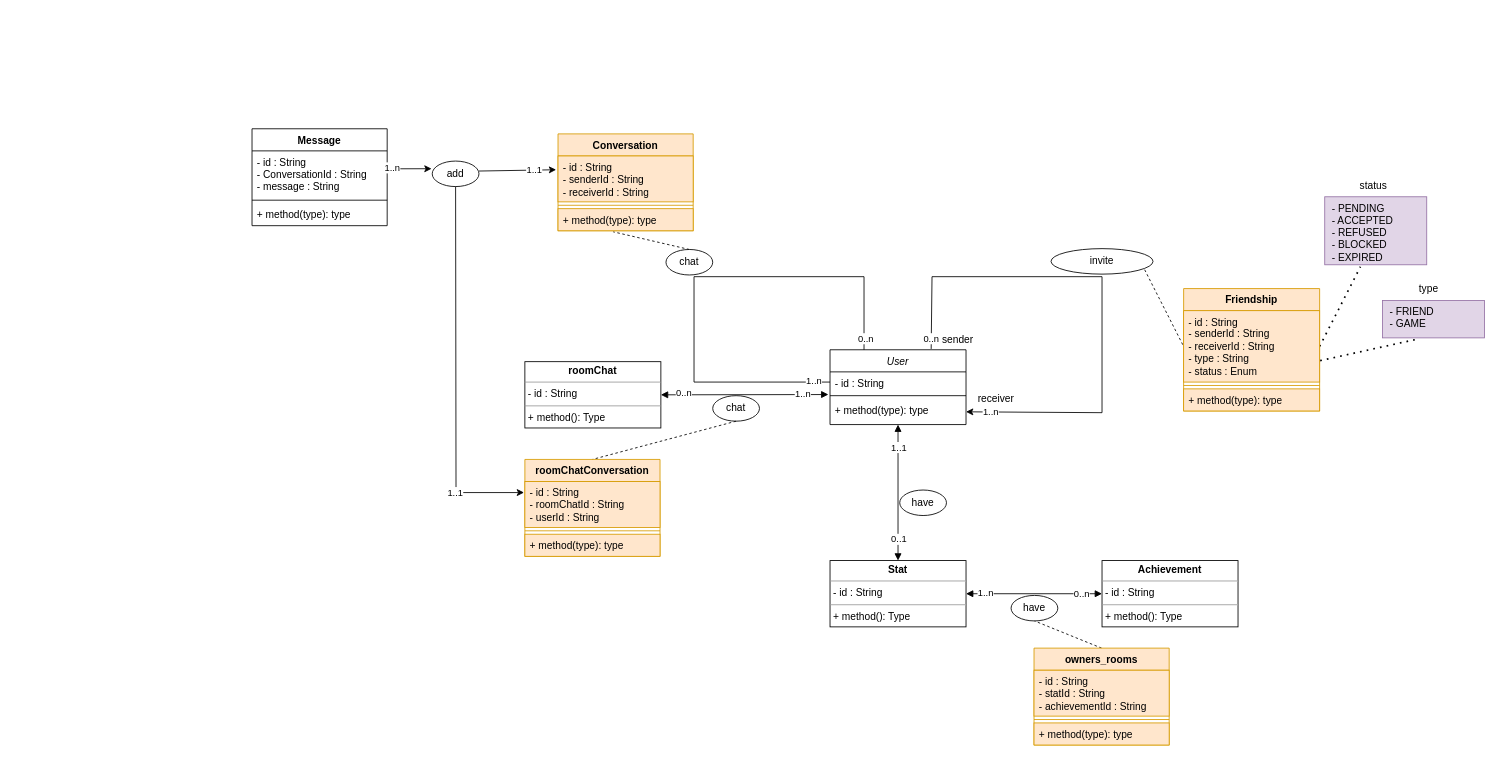
Before: class_diagram.drawio in FRAGG33R/whiff-waff, a draw.io diagram. Source tidied: cells renumbered, new cells numbered last; positions are measured from the earlier drawing's top-left corner, leaving out a move shared by most shapes. Both pictures are drawn from the tidied source at 85%, with x=0, y=0 at pixel (252, 128).
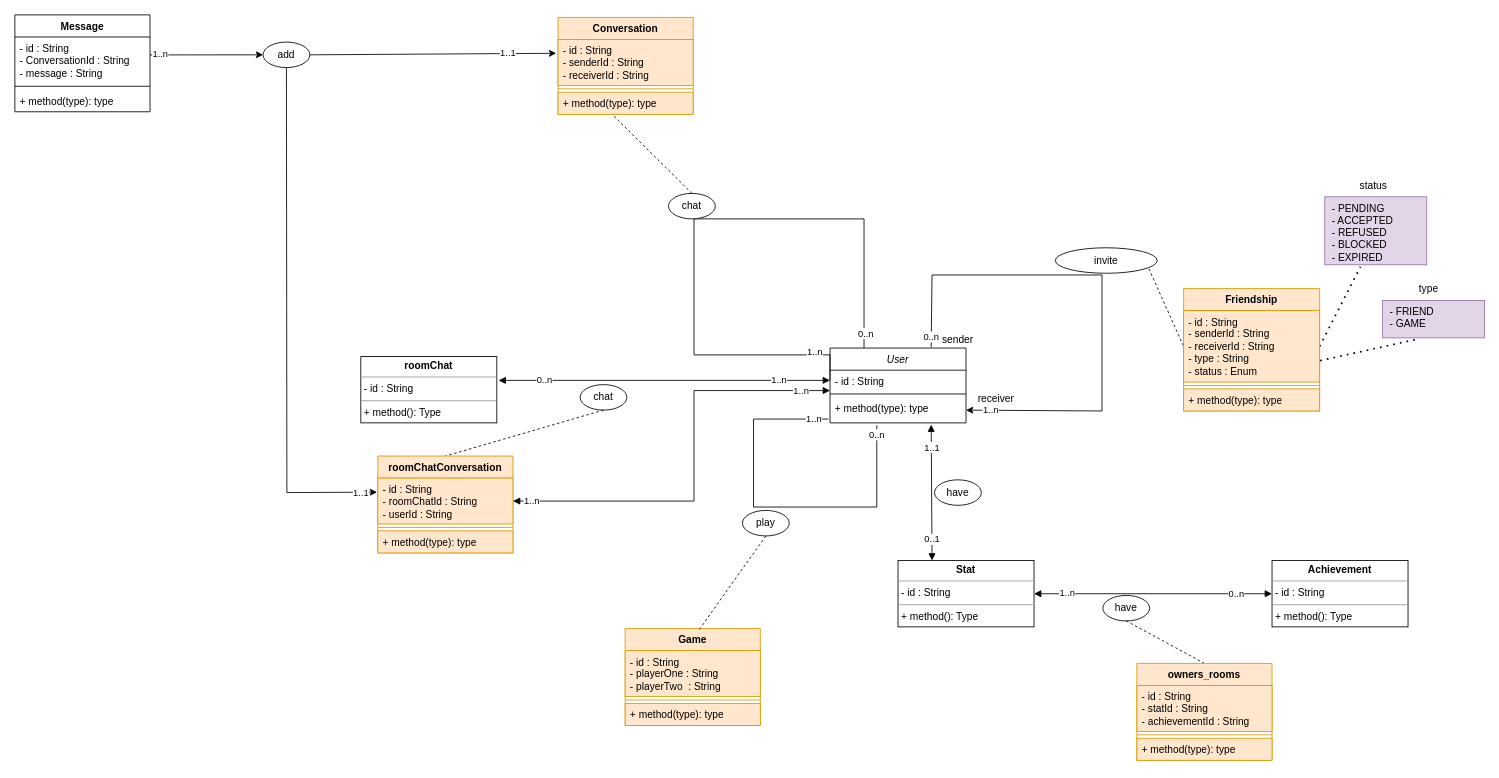
The same page after the edit.

Commit message:
adding the game entity

adding the game relation each user can play multiple game and each game
may have multiple users

The change refers to these unchanged cells:
```xml
<mxCell id="3" value="- id : String" style="text;align=left;verticalAlign=top;spacingLeft=4;spacingRight=4;overflow=hidden;points=[[0,0.5],[1,0.5]];portConstraint=eastwest;" parent="2" vertex="1">
  <mxGeometry y="26" width="160" height="24" as="geometry" />
</mxCell>
<mxCell id="8" value="+ method(type): type" style="text;strokeColor=none;fillColor=none;align=left;verticalAlign=top;spacingLeft=4;spacingRight=4;overflow=hidden;points=[[0,0.5],[1,0.5]];portConstraint=eastwest;whiteSpace=wrap;html=1;" parent="2" vertex="1">
  <mxGeometry y="58" width="160" height="30" as="geometry" />
</mxCell>
<mxCell id="24" value="- id : String&lt;br&gt;- ConversationId : String&lt;br&gt;- message : String&lt;br&gt;" style="text;strokeColor=none;fillColor=none;align=left;verticalAlign=top;spacingLeft=4;spacingRight=4;overflow=hidden;points=[[0,0.5],[1,0.5]];portConstraint=eastwest;whiteSpace=wrap;html=1;" parent="23" vertex="1">
  <mxGeometry y="26" width="159" height="54" as="geometry" />
</mxCell>
<mxCell id="29" value="- id : String&lt;br&gt;- senderId : String&lt;br&gt;- receiverId : String" style="text;strokeColor=#d79b00;fillColor=#ffe6cc;align=left;verticalAlign=top;spacingLeft=4;spacingRight=4;overflow=hidden;points=[[0,0.5],[1,0.5]];portConstraint=eastwest;whiteSpace=wrap;html=1;" parent="28" vertex="1">
  <mxGeometry y="26" width="159" height="54" as="geometry" />
</mxCell>
<mxCell id="60" value="- id : String&lt;br&gt;- roomChatId : String&lt;br&gt;- userId : String" style="text;strokeColor=#d79b00;fillColor=#ffe6cc;align=left;verticalAlign=top;spacingLeft=4;spacingRight=4;overflow=hidden;points=[[0,0.5],[1,0.5]];portConstraint=eastwest;whiteSpace=wrap;html=1;" parent="59" vertex="1">
  <mxGeometry y="26" width="159" height="54" as="geometry" />
</mxCell>
```

Diff of the diagram source:
```diff
@@
     <mxCell id="2" value="User" style="swimlane;fontStyle=2;align=center;verticalAlign=top;horizontal=1;startSize=26;rounded=0;shadow=0;strokeWidth=1;" parent="1" vertex="1">
-      <mxGeometry x="680" y="260" width="160" height="88" as="geometry" />
+      <mxGeometry x="680" y="258" width="160" height="88" as="geometry" />
     </mxCell>
@@
     <mxCell id="9" style="endArrow=none;html=1;edgeStyle=orthogonalEdgeStyle;rounded=0;entryX=0.25;entryY=0;entryDx=0;entryDy=0;exitX=0;exitY=0.5;exitDx=0;exitDy=0;" parent="2" edge="1" source="3" target="2">
       <mxGeometry relative="1" as="geometry">
         <Array as="points">
-          <mxPoint x="-160" y="38" />
-          <mxPoint x="-160" y="-86" />
-          <mxPoint x="40" y="-86" />
+          <mxPoint y="8" />
+          <mxPoint x="-160" y="8" />
+          <mxPoint x="-160" y="-152" />
+          <mxPoint x="40" y="-152" />
         </Array>
       </mxGeometry>
     </mxCell>
@@
     <mxCell id="11" value="1..n" style="edgeLabel;html=1;align=center;verticalAlign=middle;" parent="9" vertex="1">
-      <mxGeometry x="-0.93" y="-2" relative="1" as="geometry" />
+      <mxGeometry x="-0.93" y="-2" relative="1" as="geometry">
+        <mxPoint x="-21" y="-9" as="offset" />
+      </mxGeometry>
     </mxCell>
+    <mxCell id="68" style="endArrow=none;html=1;edgeStyle=orthogonalEdgeStyle;rounded=0;exitX=0.344;exitY=1.1;exitDx=0;exitDy=0;exitPerimeter=0;entryX=-0.012;entryY=0.85;entryDx=0;entryDy=0;entryPerimeter=0;" parent="2" edge="1" source="8" target="8">
+      <mxGeometry relative="1" as="geometry">
+        <Array as="points">
+          <mxPoint x="55" y="187" />
+          <mxPoint x="-90" y="187" />
+          <mxPoint x="-90" y="84" />
+        </Array>
+      </mxGeometry>
+    </mxCell>
+    <mxCell id="69" value="1..n" style="edgeLabel;html=1;align=center;verticalAlign=middle;" parent="68" vertex="1">
+      <mxGeometry x="0.92" y="2" relative="1" as="geometry">
+        <mxPoint y="1" as="offset" />
+      </mxGeometry>
+    </mxCell>
+    <mxCell id="70" value="0..n" style="edgeLabel;html=1;align=center;verticalAlign=middle;" parent="68" vertex="1">
+      <mxGeometry x="-0.95" y="-1" relative="1" as="geometry" />
+    </mxCell>
@@
     <mxCell id="13" value="invite" style="ellipse;whiteSpace=wrap;html=1;" parent="1" vertex="1">
-      <mxGeometry x="940" y="141" width="120" height="30" as="geometry" />
+      <mxGeometry x="945" y="140" width="120" height="30" as="geometry" />
     </mxCell>
@@
     <mxCell id="23" value="Message" style="swimlane;fontStyle=1;align=center;verticalAlign=top;horizontal=1;startSize=26;whiteSpace=wrap;html=1;" parent="1" vertex="1">
-      <mxGeometry width="159" height="114" as="geometry" />
+      <mxGeometry x="-279" y="-134" width="159" height="114" as="geometry" />
     </mxCell>
@@
     <mxCell id="28" value="Conversation" style="swimlane;fontStyle=1;align=center;verticalAlign=top;horizontal=1;startSize=26;whiteSpace=wrap;html=1;fillColor=#ffe6cc;strokeColor=#d79b00;" parent="1" vertex="1">
-      <mxGeometry x="360" y="6" width="159" height="114" as="geometry" />
+      <mxGeometry x="360" y="-131" width="159" height="114" as="geometry" />
     </mxCell>
@@
-    <mxCell id="32" style="endArrow=classic;html=1;rounded=0;exitX=1;exitY=0.391;exitDx=0;exitDy=0;exitPerimeter=0;entryX=-0.014;entryY=0.3;entryDx=0;entryDy=0;entryPerimeter=0;" parent="1" edge="1" source="65" target="29">
+    <mxCell id="32" style="endArrow=classic;html=1;rounded=0;entryX=-0.014;entryY=0.3;entryDx=0;entryDy=0;entryPerimeter=0;exitX=1;exitY=0.5;exitDx=0;exitDy=0;" parent="1" edge="1" source="65" target="29">
       <mxGeometry relative="1" as="geometry" />
     </mxCell>
@@
     <mxCell id="34" value="&lt;p style=&quot;margin:0px;margin-top:4px;text-align:center;&quot;&gt;&lt;b&gt;Stat&lt;/b&gt;&lt;/p&gt;&lt;hr size=&quot;1&quot;&gt;&lt;p style=&quot;margin:0px;margin-left:4px;&quot;&gt;- id : String&lt;/p&gt;&lt;hr size=&quot;1&quot;&gt;&lt;p style=&quot;margin:0px;margin-left:4px;&quot;&gt;+ method(): Type&lt;/p&gt;" style="verticalAlign=top;align=left;overflow=fill;fontSize=12;fontFamily=Helvetica;html=1;whiteSpace=wrap;" parent="1" vertex="1">
-      <mxGeometry x="680" y="508" width="160" height="78" as="geometry" />
+      <mxGeometry x="760" y="508" width="160" height="78" as="geometry" />
     </mxCell>
-    <mxCell id="35" style="endArrow=block;startArrow=block;endFill=1;startFill=1;html=1;rounded=0;entryX=0.5;entryY=1;entryDx=0;entryDy=0;exitX=0.5;exitY=0;exitDx=0;exitDy=0;" parent="1" edge="1" source="34" target="2">
+    <mxCell id="35" style="endArrow=block;startArrow=block;endFill=1;startFill=1;html=1;rounded=0;entryX=0.744;entryY=1.067;entryDx=0;entryDy=0;exitX=0.25;exitY=0;exitDx=0;exitDy=0;entryPerimeter=0;" parent="1" edge="1" source="34" target="8">
       <mxGeometry relative="1" as="geometry" />
     </mxCell>
@@
     <mxCell id="38" value="have" style="ellipse;whiteSpace=wrap;html=1;" parent="1" vertex="1">
-      <mxGeometry x="762" y="425" width="55" height="30" as="geometry" />
+      <mxGeometry x="803" y="413" width="55" height="30" as="geometry" />
     </mxCell>
     <mxCell id="39" value="&lt;p style=&quot;margin:0px;margin-top:4px;text-align:center;&quot;&gt;&lt;b&gt;Achievement&lt;/b&gt;&lt;/p&gt;&lt;hr size=&quot;1&quot;&gt;&lt;p style=&quot;margin:0px;margin-left:4px;&quot;&gt;- id : String&lt;/p&gt;&lt;hr size=&quot;1&quot;&gt;&lt;p style=&quot;margin:0px;margin-left:4px;&quot;&gt;+ method(): Type&lt;/p&gt;" style="verticalAlign=top;align=left;overflow=fill;fontSize=12;fontFamily=Helvetica;html=1;whiteSpace=wrap;" parent="1" vertex="1">
-      <mxGeometry x="1000" y="508" width="160" height="78" as="geometry" />
+      <mxGeometry x="1200" y="508" width="160" height="78" as="geometry" />
     </mxCell>
@@
     <mxCell id="43" value="have" style="ellipse;whiteSpace=wrap;html=1;" parent="1" vertex="1">
-      <mxGeometry x="893" y="549" width="55" height="30" as="geometry" />
+      <mxGeometry x="1001" y="549" width="55" height="30" as="geometry" />
     </mxCell>
@@
     <mxCell id="45" value="owners_rooms" style="swimlane;fontStyle=1;align=center;verticalAlign=top;horizontal=1;startSize=26;whiteSpace=wrap;html=1;fillColor=#ffe6cc;strokeColor=#d79b00;" parent="1" vertex="1">
-      <mxGeometry x="920" y="611" width="159" height="114" as="geometry" />
+      <mxGeometry x="1041" y="629" width="159" height="114" as="geometry" />
     </mxCell>
@@
     <mxCell id="52" value="&lt;p style=&quot;margin:0px;margin-top:4px;text-align:center;&quot;&gt;&lt;b&gt;roomChat&lt;/b&gt;&lt;/p&gt;&lt;hr size=&quot;1&quot;&gt;&lt;p style=&quot;margin:0px;margin-left:4px;&quot;&gt;- id : String&lt;/p&gt;&lt;hr size=&quot;1&quot;&gt;&lt;p style=&quot;margin:0px;margin-left:4px;&quot;&gt;+ method(): Type&lt;/p&gt;" style="verticalAlign=top;align=left;overflow=fill;fontSize=12;fontFamily=Helvetica;html=1;whiteSpace=wrap;" parent="1" vertex="1">
-      <mxGeometry x="321" y="274" width="160" height="78" as="geometry" />
+      <mxGeometry x="128" y="268" width="160" height="78" as="geometry" />
     </mxCell>
-    <mxCell id="53" style="endArrow=block;startArrow=block;endFill=1;startFill=1;html=1;rounded=0;entryX=-0.012;entryY=1.111;entryDx=0;entryDy=0;exitX=1;exitY=0.5;exitDx=0;exitDy=0;entryPerimeter=0;" parent="1" edge="1" source="52" target="3">
+    <mxCell id="53" style="endArrow=block;startArrow=block;endFill=1;startFill=1;html=1;rounded=0;exitX=1.013;exitY=0.359;exitDx=0;exitDy=0;exitPerimeter=0;" parent="1" edge="1" source="52" target="3">
       <mxGeometry relative="1" as="geometry" />
     </mxCell>
@@
     <mxCell id="56" value="chat" style="ellipse;whiteSpace=wrap;html=1;" parent="1" vertex="1">
-      <mxGeometry x="487" y="142" width="55" height="30" as="geometry" />
+      <mxGeometry x="490" y="76" width="55" height="30" as="geometry" />
     </mxCell>
     <mxCell id="57" value="chat" style="ellipse;whiteSpace=wrap;html=1;" parent="1" vertex="1">
-      <mxGeometry x="542" y="314" width="55" height="30" as="geometry" />
+      <mxGeometry x="386" y="301" width="55" height="30" as="geometry" />
     </mxCell>
@@
     <mxCell id="59" value="roomChatConversation" style="swimlane;fontStyle=1;align=center;verticalAlign=top;horizontal=1;startSize=26;whiteSpace=wrap;html=1;fillColor=#ffe6cc;strokeColor=#d79b00;" parent="1" vertex="1">
-      <mxGeometry x="321" y="389" width="159" height="114" as="geometry" />
+      <mxGeometry x="148" y="385" width="159" height="114" as="geometry" />
     </mxCell>
@@
-    <mxCell id="63" style="endArrow=classic;html=1;rounded=0;exitX=1;exitY=0.391;exitDx=0;exitDy=0;exitPerimeter=0;entryX=-0.014;entryY=0.3;entryDx=0;entryDy=0;entryPerimeter=0;" parent="1" edge="1" source="24" target="65">
+    <mxCell id="63" style="endArrow=classic;html=1;rounded=0;exitX=1;exitY=0.391;exitDx=0;exitDy=0;exitPerimeter=0;entryX=0;entryY=0.5;entryDx=0;entryDy=0;" parent="1" edge="1" source="24" target="65">
       <mxGeometry relative="1" as="geometry" />
     </mxCell>
@@
     <mxCell id="65" value="add" style="ellipse;whiteSpace=wrap;html=1;" parent="1" vertex="1">
-      <mxGeometry x="212" y="38" width="55" height="30" as="geometry" />
+      <mxGeometry x="13" y="-102" width="55" height="30" as="geometry" />
     </mxCell>
-    <mxCell id="66" style="endArrow=classic;html=1;rounded=0;exitX=0.5;exitY=1;exitDx=0;exitDy=0;" parent="1" edge="1" source="65">
+    <mxCell id="66" style="endArrow=classic;html=1;rounded=0;exitX=0.5;exitY=1;exitDx=0;exitDy=0;entryX=-0.006;entryY=0.306;entryDx=0;entryDy=0;entryPerimeter=0;" parent="1" edge="1" source="65" target="60">
       <mxGeometry relative="1" as="geometry">
-        <mxPoint x="320" y="428" as="targetPoint" />
         <Array as="points">
-          <mxPoint x="240" y="428" />
+          <mxPoint x="41" y="428" />
         </Array>
       </mxGeometry>
     </mxCell>
     <mxCell id="67" value="1..1" style="edgeLabel;html=1;align=center;verticalAlign=middle;" parent="66" vertex="1">
       <mxGeometry x="0.69" y="-1" relative="1" as="geometry">
-        <mxPoint x="-13" y="-2" as="offset" />
+        <mxPoint x="74" y="-1" as="offset" />
       </mxGeometry>
     </mxCell>
+    <mxCell id="71" value="play" style="ellipse;whiteSpace=wrap;html=1;" parent="1" vertex="1">
+      <mxGeometry x="577" y="449" width="55" height="30" as="geometry" />
+    </mxCell>
+    <mxCell id="72" value="Game" style="swimlane;fontStyle=1;align=center;verticalAlign=top;horizontal=1;startSize=26;whiteSpace=wrap;html=1;fillColor=#ffe6cc;strokeColor=#d79b00;" parent="1" vertex="1">
+      <mxGeometry x="439" y="588" width="159" height="114" as="geometry" />
+    </mxCell>
+    <mxCell id="73" value="- id : String&lt;br&gt;- playerOne : String&lt;br&gt;- playerTwo&amp;nbsp; : String" style="text;strokeColor=#d79b00;fillColor=#ffe6cc;align=left;verticalAlign=top;spacingLeft=4;spacingRight=4;overflow=hidden;whiteSpace=wrap;html=1;" parent="72" vertex="1">
+      <mxGeometry y="26" width="159" height="54" as="geometry" />
+    </mxCell>
+    <mxCell id="74" style="line;strokeWidth=1;fillColor=none;align=left;verticalAlign=middle;spacingTop=-1;spacingLeft=3;spacingRight=3;labelPosition=right;strokeColor=inherit;" parent="72" vertex="1">
+      <mxGeometry y="80" width="159" height="8" as="geometry" />
+    </mxCell>
+    <mxCell id="75" value="+ method(type): type" style="text;strokeColor=#d79b00;fillColor=#ffe6cc;align=left;verticalAlign=top;spacingLeft=4;spacingRight=4;overflow=hidden;whiteSpace=wrap;html=1;" parent="72" vertex="1">
+      <mxGeometry y="88" width="159" height="26" as="geometry" />
+    </mxCell>
+    <mxCell id="76" style="endArrow=none;dashed=1;html=1;rounded=0;exitX=0.5;exitY=1;exitDx=0;exitDy=0;entryX=0.547;entryY=0.013;entryDx=0;entryDy=0;entryPerimeter=0;" parent="1" edge="1" source="71" target="72">
+      <mxGeometry relative="1" as="geometry" />
+    </mxCell>
+    <mxCell id="77" style="endArrow=block;startArrow=block;endFill=1;startFill=1;html=1;rounded=0;" parent="1" edge="1" source="60">
+      <mxGeometry relative="1" as="geometry">
+        <mxPoint x="680" y="308" as="targetPoint" />
+        <Array as="points">
+          <mxPoint x="520" y="438" />
+          <mxPoint x="520" y="308" />
+        </Array>
+      </mxGeometry>
+    </mxCell>
+    <mxCell id="78" value="1..n" style="edgeLabel;html=1;align=center;verticalAlign=middle;" parent="77" vertex="1">
+      <mxGeometry x="0.69" relative="1" as="geometry">
+        <mxPoint x="43" y="-1" as="offset" />
+      </mxGeometry>
+    </mxCell>
+    <mxCell id="79" value="1..n" style="edgeLabel;html=1;align=center;verticalAlign=middle;" parent="77" vertex="1">
+      <mxGeometry x="-0.73" relative="1" as="geometry">
+        <mxPoint x="-47" y="-1" as="offset" />
+      </mxGeometry>
+    </mxCell>
```
